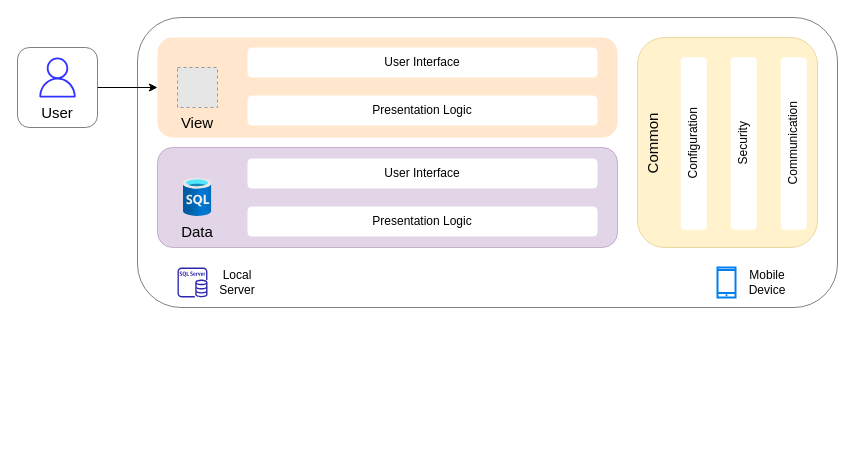
Olivia-Ph/SwinApp keeps this draw.io diagram as SwinApp-System-Architecture.drawio. Above is the earlier version. Source tidied: cells renumbered, new cells numbered last; positions are measured from the earlier drawing's top-left corner, leaving out a move shared by most shapes. Both pictures are drawn from the tidied source at 100%, with x=0, y=0 at pixel (17, 17). Pictures stored in the file or linked from it are replaced by grey dashed boxes.
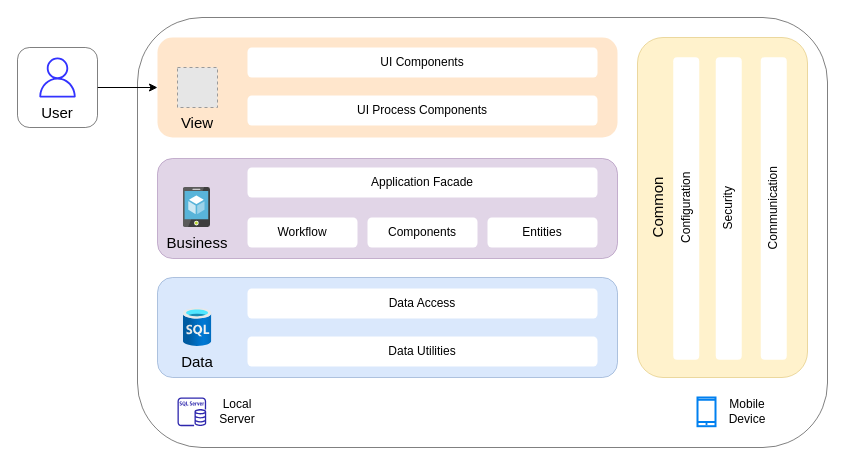
The same diagram, later.

Diff of the diagram source:
```diff
@@
     <mxCell id="6" style="rounded=1;whiteSpace=wrap;html=1;fontSize=15;fillColor=none;strokeWidth=0.5;" parent="1" vertex="1">
-      <mxGeometry x="120" width="700" height="290" as="geometry" />
+      <mxGeometry x="120" width="690" height="430" as="geometry" />
     </mxCell>
+    <mxCell id="22" value="Mobile Device" style="text;html=1;strokeColor=none;fillColor=none;align=center;verticalAlign=middle;whiteSpace=wrap;rounded=0;fontSize=12;" parent="6" vertex="1">
+      <mxGeometry x="580" y="380" width="60" height="28.7" as="geometry" />
+    </mxCell>
+    <mxCell id="21" style="html=1;verticalLabelPosition=bottom;align=center;labelBackgroundColor=#ffffff;verticalAlign=top;strokeWidth=2;strokeColor=#0080F0;shadow=0;dashed=0;shape=mxgraph.ios7.icons.smartphone;fontSize=12;fillColor=default;" parent="6" vertex="1">
+      <mxGeometry x="560" y="380" width="18" height="28.7" as="geometry" />
+    </mxCell>
+    <mxCell id="20" value="Local Server" style="text;html=1;strokeColor=none;fillColor=none;align=center;verticalAlign=middle;whiteSpace=wrap;rounded=0;fontSize=12;" parent="6" vertex="1">
+      <mxGeometry x="70" y="380" width="60" height="28.7" as="geometry" />
+    </mxCell>
+    <mxCell id="18" style="sketch=0;fontColor=#232F3E;gradientColor=none;fillColor=#2E27AD;strokeColor=none;dashed=0;verticalLabelPosition=bottom;verticalAlign=top;align=center;html=1;fontSize=12;fontStyle=0;shape=mxgraph.aws4.rds_sql_server_instance;" parent="6" vertex="1">
+      <mxGeometry x="40" y="380" width="28.7" height="28.7" as="geometry" />
+    </mxCell>
@@
-    <mxCell id="8" style="rounded=1;whiteSpace=wrap;html=1;fontSize=15;strokeWidth=0.5;fillColor=#e1d5e7;strokeColor=#9673a6;" parent="1" vertex="1">
-      <mxGeometry x="140" y="130" width="460" height="100" as="geometry" />
+    <mxCell id="8" style="rounded=1;whiteSpace=wrap;html=1;fontSize=15;strokeWidth=0.5;fillColor=#dae8fc;strokeColor=#6c8ebf;" parent="1" vertex="1">
+      <mxGeometry x="140" y="260" width="460" height="100" as="geometry" />
     </mxCell>
     <mxCell id="9" style="rounded=1;whiteSpace=wrap;html=1;fontSize=15;strokeWidth=0.5;fillColor=#fff2cc;strokeColor=#d6b656;" parent="1" vertex="1">
-      <mxGeometry x="620" y="20" width="180" height="210" as="geometry" />
+      <mxGeometry x="620" y="20" width="170" height="340" as="geometry" />
     </mxCell>
@@
-    <mxCell id="11" value="User Interface" style="rounded=1;whiteSpace=wrap;html=1;fontSize=12;strokeWidth=0.5;fillColor=default;strokeColor=none;" parent="1" vertex="1">
+    <mxCell id="11" value="UI Components" style="rounded=1;whiteSpace=wrap;html=1;fontSize=12;strokeWidth=0.5;fillColor=default;strokeColor=none;" parent="1" vertex="1">
       <mxGeometry x="230" y="30" width="350" height="30" as="geometry" />
     </mxCell>
-    <mxCell id="12" value="Presentation Logic" style="rounded=1;whiteSpace=wrap;html=1;fontSize=12;strokeWidth=0.5;fillColor=default;strokeColor=none;" parent="1" vertex="1">
+    <mxCell id="12" value="UI Process Components" style="rounded=1;whiteSpace=wrap;html=1;fontSize=12;strokeWidth=0.5;fillColor=default;strokeColor=none;" parent="1" vertex="1">
       <mxGeometry x="230" y="78" width="350" height="30" as="geometry" />
     </mxCell>
@@
-    <mxCell id="14" value="User Interface" style="rounded=1;whiteSpace=wrap;html=1;fontSize=12;strokeWidth=0.5;fillColor=default;strokeColor=none;" parent="1" vertex="1">
-      <mxGeometry x="230" y="141" width="350" height="30" as="geometry" />
+    <mxCell id="14" value="Data Access" style="rounded=1;whiteSpace=wrap;html=1;fontSize=12;strokeWidth=0.5;fillColor=default;strokeColor=none;" parent="1" vertex="1">
+      <mxGeometry x="230" y="271" width="350" height="30" as="geometry" />
     </mxCell>
-    <mxCell id="15" value="Presentation Logic" style="rounded=1;whiteSpace=wrap;html=1;fontSize=12;strokeWidth=0.5;fillColor=default;strokeColor=none;" parent="1" vertex="1">
-      <mxGeometry x="230" y="189" width="350" height="30" as="geometry" />
+    <mxCell id="15" value="Data Utilities" style="rounded=1;whiteSpace=wrap;html=1;fontSize=12;strokeWidth=0.5;fillColor=default;strokeColor=none;" parent="1" vertex="1">
+      <mxGeometry x="230" y="319" width="350" height="30" as="geometry" />
     </mxCell>
@@
     <mxCell id="17" value="&lt;span style=&quot;font-size: 15px&quot;&gt;Data&lt;/span&gt;" style="text;html=1;strokeColor=none;fillColor=none;align=center;verticalAlign=middle;whiteSpace=wrap;rounded=0;" parent="1" vertex="1">
-      <mxGeometry x="150" y="199.1" width="60" height="30" as="geometry" />
+      <mxGeometry x="150" y="329.1" width="60" height="30" as="geometry" />
     </mxCell>
-    <mxCell id="18" style="sketch=0;fontColor=#232F3E;gradientColor=none;fillColor=#2E27AD;strokeColor=none;dashed=0;verticalLabelPosition=bottom;verticalAlign=top;align=center;html=1;fontSize=12;fontStyle=0;shape=mxgraph.aws4.rds_sql_server_instance;" parent="1" vertex="1">
-      <mxGeometry x="160" y="250" width="30" height="30" as="geometry" />
-    </mxCell>
     <mxCell id="19" style="html=1;align=center;image;fontSize=12;image=img/lib/azure2/databases/SQL_Database.svg;strokeWidth=0.5;fillColor=default;" parent="1" vertex="1">
-      <mxGeometry x="165.8" y="161" width="28.5" height="38" as="geometry" />
+      <mxGeometry x="165.8" y="291" width="28.5" height="38" as="geometry" />
     </mxCell>
-    <mxCell id="20" value="Local Server" style="text;html=1;strokeColor=none;fillColor=none;align=center;verticalAlign=middle;whiteSpace=wrap;rounded=0;fontSize=12;" parent="1" vertex="1">
-      <mxGeometry x="190" y="250" width="60" height="30" as="geometry" />
-    </mxCell>
-    <mxCell id="21" style="html=1;verticalLabelPosition=bottom;align=center;labelBackgroundColor=#ffffff;verticalAlign=top;strokeWidth=2;strokeColor=#0080F0;shadow=0;dashed=0;shape=mxgraph.ios7.icons.smartphone;fontSize=12;fillColor=default;" parent="1" vertex="1">
-      <mxGeometry x="700" y="250" width="18" height="30" as="geometry" />
-    </mxCell>
-    <mxCell id="22" value="Mobile Device" style="text;html=1;strokeColor=none;fillColor=none;align=center;verticalAlign=middle;whiteSpace=wrap;rounded=0;fontSize=12;" parent="1" vertex="1">
-      <mxGeometry x="720" y="250" width="60" height="30" as="geometry" />
-    </mxCell>
     <mxCell id="23" value="&lt;span style=&quot;font-size: 15px&quot;&gt;Common&lt;/span&gt;" style="text;html=1;strokeColor=none;fillColor=none;align=center;verticalAlign=middle;whiteSpace=wrap;rounded=0;rotation=-90;" parent="1" vertex="1">
-      <mxGeometry x="605" y="111" width="60" height="30" as="geometry" />
+      <mxGeometry x="610" y="175" width="60" height="30" as="geometry" />
     </mxCell>
     <mxCell id="24" value="Configuration" style="rounded=1;whiteSpace=wrap;html=1;fontSize=12;strokeWidth=0.5;fillColor=default;strokeColor=none;rotation=-90;" parent="1" vertex="1">
-      <mxGeometry x="590" y="113" width="172.5" height="26" as="geometry" />
+      <mxGeometry x="517.5" y="178" width="302.5" height="26" as="geometry" />
     </mxCell>
     <mxCell id="25" value="Security" style="rounded=1;whiteSpace=wrap;html=1;fontSize=12;strokeWidth=0.5;fillColor=default;strokeColor=none;rotation=-90;" parent="1" vertex="1">
-      <mxGeometry x="640" y="113" width="172.5" height="26" as="geometry" />
+      <mxGeometry x="560" y="178" width="302.5" height="26" as="geometry" />
     </mxCell>
     <mxCell id="26" value="Communication" style="rounded=1;whiteSpace=wrap;html=1;fontSize=12;strokeWidth=0.5;fillColor=default;strokeColor=none;rotation=-90;" parent="1" vertex="1">
-      <mxGeometry x="690" y="113" width="172.5" height="26" as="geometry" />
+      <mxGeometry x="605" y="178" width="302.5" height="26" as="geometry" />
     </mxCell>
+    <mxCell id="27" style="rounded=1;whiteSpace=wrap;html=1;fontSize=15;strokeWidth=0.5;fillColor=#e1d5e7;strokeColor=#9673a6;" parent="1" vertex="1">
+      <mxGeometry x="140" y="141" width="460" height="100" as="geometry" />
+    </mxCell>
+    <mxCell id="28" value="&lt;span style=&quot;font-size: 15px&quot;&gt;Business&lt;/span&gt;" style="text;html=1;strokeColor=none;fillColor=none;align=center;verticalAlign=middle;whiteSpace=wrap;rounded=0;" parent="1" vertex="1">
+      <mxGeometry x="150" y="210" width="60" height="30" as="geometry" />
+    </mxCell>
+    <mxCell id="29" value="Application Facade" style="rounded=1;whiteSpace=wrap;html=1;fontSize=12;strokeWidth=0.5;fillColor=default;strokeColor=none;" parent="1" vertex="1">
+      <mxGeometry x="230" y="150" width="350" height="30" as="geometry" />
+    </mxCell>
+    <mxCell id="30" value="Workflow" style="rounded=1;whiteSpace=wrap;html=1;fontSize=12;strokeWidth=0.5;fillColor=default;strokeColor=none;" parent="1" vertex="1">
+      <mxGeometry x="230" y="200" width="110" height="30" as="geometry" />
+    </mxCell>
+    <mxCell id="31" value="Components" style="rounded=1;whiteSpace=wrap;html=1;fontSize=12;strokeWidth=0.5;fillColor=default;strokeColor=none;" parent="1" vertex="1">
+      <mxGeometry x="350" y="200" width="110" height="30" as="geometry" />
+    </mxCell>
+    <mxCell id="32" value="Entities" style="rounded=1;whiteSpace=wrap;html=1;fontSize=12;strokeWidth=0.5;fillColor=default;strokeColor=none;" parent="1" vertex="1">
+      <mxGeometry x="470" y="200" width="110" height="30" as="geometry" />
+    </mxCell>
+    <mxCell id="33" style="sketch=0;html=1;align=center;image;fontSize=12;image=img/lib/mscae/App_Service_Mobile_App.svg;" parent="1" vertex="1">
+      <mxGeometry x="165.8" y="170" width="27.2" height="40" as="geometry" />
+    </mxCell>
```
